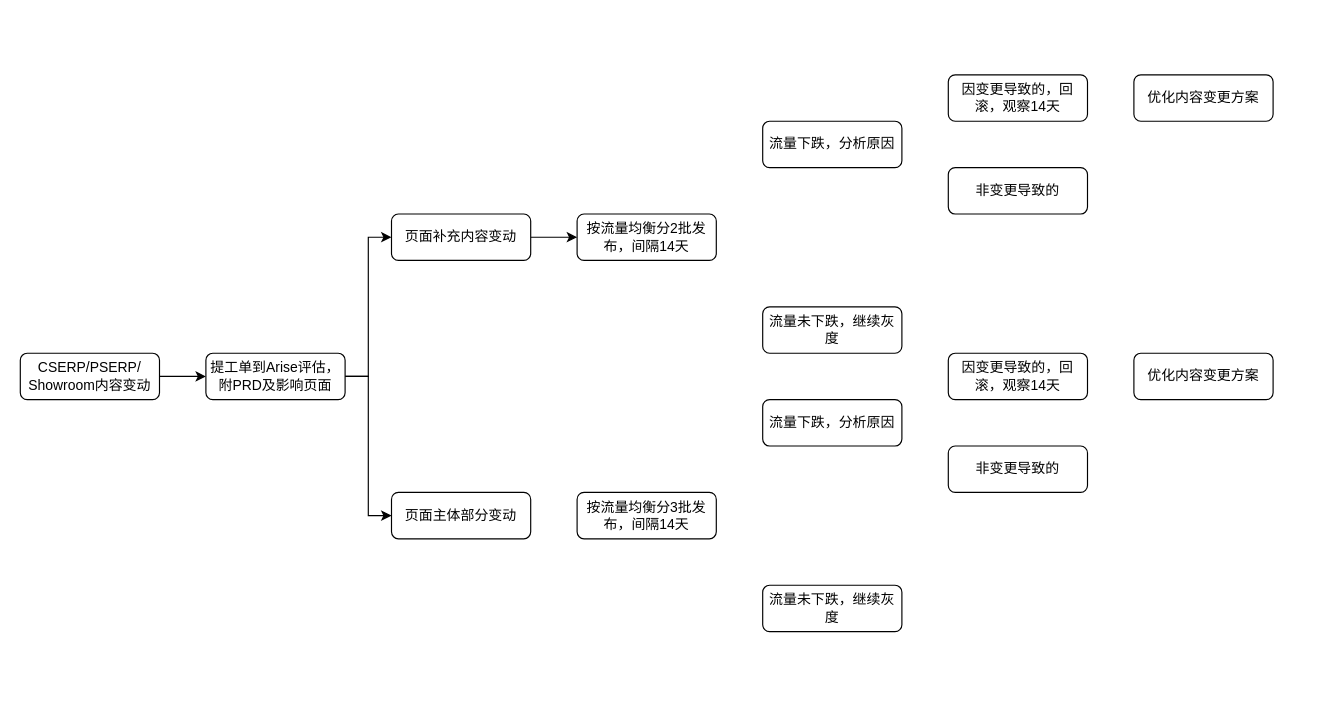
Above: drawio/页面变动灰度方案.drawio in VisableHarry/seo-drawio (draw.io), before the change. Source tidied: cells renumbered, new cells numbered last; positions are measured from the earlier drawing's top-left corner, leaving out a move shared by most shapes. Both pictures are drawn from the tidied source at 116%, with x=0, y=0 at pixel (20, 74).
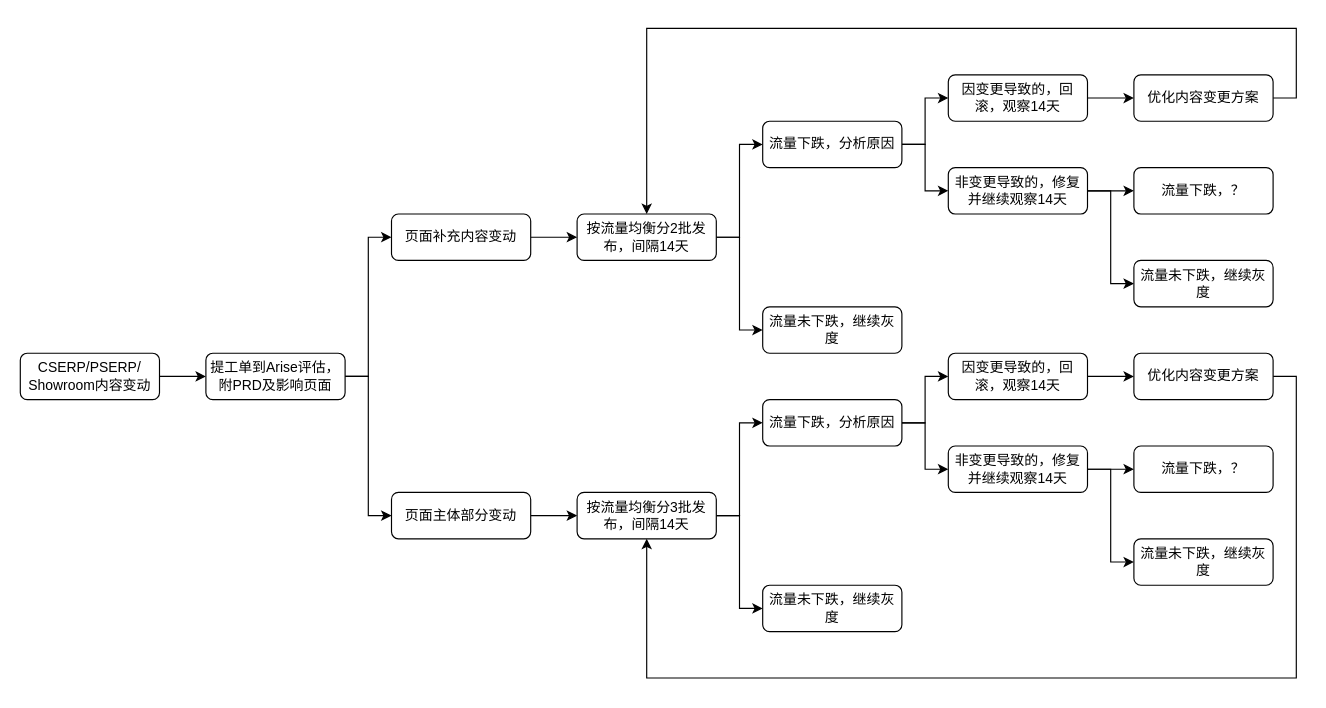
After the change.

Commit message (it also covers changes not shown here):
更新页面变动灰度方案.drawio

The change refers to these unchanged cells:
```xml
<mxCell id="9" value="页面主体部分变动" style="rounded=1;whiteSpace=wrap;html=1;" parent="1" vertex="1">
  <mxGeometry x="320" y="360" width="120" height="40" as="geometry" />
</mxCell>
<mxCell id="10" value="按流量均衡分2批发布，间隔14天" style="rounded=1;whiteSpace=wrap;html=1;" parent="1" vertex="1">
  <mxGeometry x="480" y="120" width="120" height="40" as="geometry" />
</mxCell>
<mxCell id="11" value="流量下跌，分析原因" style="rounded=1;whiteSpace=wrap;html=1;" parent="1" vertex="1">
  <mxGeometry x="640" y="40" width="120" height="40" as="geometry" />
</mxCell>
<mxCell id="12" value="流量未下跌，继续灰度" style="rounded=1;whiteSpace=wrap;html=1;" parent="1" vertex="1">
  <mxGeometry x="640" y="200" width="120" height="40" as="geometry" />
</mxCell>
<mxCell id="13" value="因变更导致的，回滚，观察14天" style="rounded=1;whiteSpace=wrap;html=1;" parent="1" vertex="1">
  <mxGeometry x="800" width="120" height="40" as="geometry" />
</mxCell>
<mxCell id="14" value="优化内容变更方案" style="rounded=1;whiteSpace=wrap;html=1;" parent="1" vertex="1">
  <mxGeometry x="960" width="120" height="40" as="geometry" />
</mxCell>
<mxCell id="15" value="按流量均衡分3批发布，间隔14天" style="rounded=1;whiteSpace=wrap;html=1;" parent="1" vertex="1">
  <mxGeometry x="480" y="360" width="120" height="40" as="geometry" />
</mxCell>
<mxCell id="16" value="流量下跌，分析原因" style="rounded=1;whiteSpace=wrap;html=1;" parent="1" vertex="1">
  <mxGeometry x="640" y="280" width="120" height="40" as="geometry" />
</mxCell>
<mxCell id="17" value="流量未下跌，继续灰度" style="rounded=1;whiteSpace=wrap;html=1;" parent="1" vertex="1">
  <mxGeometry x="640" y="440" width="120" height="40" as="geometry" />
</mxCell>
<mxCell id="18" value="因变更导致的，回滚，观察14天" style="rounded=1;whiteSpace=wrap;html=1;" parent="1" vertex="1">
  <mxGeometry x="800" y="240" width="120" height="40" as="geometry" />
</mxCell>
<mxCell id="19" value="优化内容变更方案" style="rounded=1;whiteSpace=wrap;html=1;" parent="1" vertex="1">
  <mxGeometry x="960" y="240" width="120" height="40" as="geometry" />
</mxCell>
```

Diff of the diagram source:
```diff
@@
+    <mxCell id="22" style="edgeStyle=orthogonalEdgeStyle;rounded=0;jettySize=auto;html=1;exitX=1;exitY=0.5;exitDx=0;exitDy=0;entryX=0;entryY=0.5;entryDx=0;entryDy=0;" parent="1" edge="1" source="9" target="15">
+      <mxGeometry relative="1" as="geometry" />
+    </mxCell>
@@
+    <mxCell id="23" style="edgeStyle=orthogonalEdgeStyle;rounded=0;jettySize=auto;html=1;exitX=1;exitY=0.5;exitDx=0;exitDy=0;entryX=0;entryY=0.5;entryDx=0;entryDy=0;" parent="1" edge="1" source="10" target="11">
+      <mxGeometry relative="1" as="geometry" />
+    </mxCell>
+    <mxCell id="24" style="edgeStyle=orthogonalEdgeStyle;rounded=0;jettySize=auto;html=1;exitX=1;exitY=0.5;exitDx=0;exitDy=0;entryX=0;entryY=0.5;entryDx=0;entryDy=0;" parent="1" edge="1" source="10" target="12">
+      <mxGeometry relative="1" as="geometry" />
+    </mxCell>
@@
+    <mxCell id="25" style="edgeStyle=orthogonalEdgeStyle;rounded=0;jettySize=auto;html=1;exitX=1;exitY=0.5;exitDx=0;exitDy=0;entryX=0;entryY=0.5;entryDx=0;entryDy=0;" parent="1" edge="1" source="11" target="13">
+      <mxGeometry relative="1" as="geometry" />
+    </mxCell>
+    <mxCell id="26" style="edgeStyle=orthogonalEdgeStyle;rounded=0;jettySize=auto;html=1;exitX=1;exitY=0.5;exitDx=0;exitDy=0;entryX=0;entryY=0.5;entryDx=0;entryDy=0;" parent="1" edge="1" source="11" target="20">
+      <mxGeometry relative="1" as="geometry" />
+    </mxCell>
@@
+    <mxCell id="27" style="edgeStyle=orthogonalEdgeStyle;rounded=0;jettySize=auto;html=1;exitX=1;exitY=0.5;exitDx=0;exitDy=0;entryX=0;entryY=0.5;entryDx=0;entryDy=0;" parent="1" edge="1" source="13" target="14">
+      <mxGeometry relative="1" as="geometry" />
+    </mxCell>
@@
+    <mxCell id="28" style="edgeStyle=orthogonalEdgeStyle;rounded=0;jettySize=auto;html=1;exitX=1;exitY=0.5;exitDx=0;exitDy=0;entryX=0.5;entryY=0;entryDx=0;entryDy=0;" parent="1" edge="1" source="14" target="10">
+      <mxGeometry relative="1" as="geometry">
+        <Array as="points">
+          <mxPoint x="1100" y="20" />
+          <mxPoint x="1100" y="-40" />
+          <mxPoint x="540" y="-40" />
+        </Array>
+      </mxGeometry>
+    </mxCell>
@@
+    <mxCell id="29" style="edgeStyle=orthogonalEdgeStyle;rounded=0;jettySize=auto;html=1;exitX=1;exitY=0.5;exitDx=0;exitDy=0;entryX=0;entryY=0.5;entryDx=0;entryDy=0;" parent="1" edge="1" source="15" target="16">
+      <mxGeometry relative="1" as="geometry" />
+    </mxCell>
+    <mxCell id="30" style="edgeStyle=orthogonalEdgeStyle;rounded=0;jettySize=auto;html=1;exitX=1;exitY=0.5;exitDx=0;exitDy=0;entryX=0;entryY=0.5;entryDx=0;entryDy=0;" parent="1" edge="1" source="15" target="17">
+      <mxGeometry relative="1" as="geometry" />
+    </mxCell>
@@
+    <mxCell id="31" style="edgeStyle=orthogonalEdgeStyle;rounded=0;jettySize=auto;html=1;exitX=1;exitY=0.5;exitDx=0;exitDy=0;entryX=0;entryY=0.5;entryDx=0;entryDy=0;" parent="1" edge="1" source="16" target="18">
+      <mxGeometry relative="1" as="geometry" />
+    </mxCell>
+    <mxCell id="32" style="edgeStyle=orthogonalEdgeStyle;rounded=0;jettySize=auto;html=1;exitX=1;exitY=0.5;exitDx=0;exitDy=0;entryX=0;entryY=0.5;entryDx=0;entryDy=0;" parent="1" edge="1" source="16" target="21">
+      <mxGeometry relative="1" as="geometry" />
+    </mxCell>
@@
+    <mxCell id="33" style="edgeStyle=orthogonalEdgeStyle;rounded=0;jettySize=auto;html=1;exitX=1;exitY=0.5;exitDx=0;exitDy=0;entryX=0;entryY=0.5;entryDx=0;entryDy=0;" parent="1" edge="1" source="18" target="19">
+      <mxGeometry relative="1" as="geometry" />
+    </mxCell>
@@
+    <mxCell id="34" style="edgeStyle=orthogonalEdgeStyle;rounded=0;jettySize=auto;html=1;exitX=1;exitY=0.5;exitDx=0;exitDy=0;entryX=0.5;entryY=1;entryDx=0;entryDy=0;" parent="1" edge="1" source="19" target="15">
+      <mxGeometry relative="1" as="geometry">
+        <Array as="points">
+          <mxPoint x="1100" y="260" />
+          <mxPoint x="1100" y="520" />
+          <mxPoint x="540" y="520" />
+        </Array>
+      </mxGeometry>
+    </mxCell>
@@
+    <mxCell id="35" style="edgeStyle=orthogonalEdgeStyle;rounded=0;jettySize=auto;html=1;exitX=1;exitY=0.5;exitDx=0;exitDy=0;entryX=0;entryY=0.5;entryDx=0;entryDy=0;" parent="1" edge="1" source="20" target="39">
+      <mxGeometry relative="1" as="geometry" />
+    </mxCell>
+    <mxCell id="36" style="edgeStyle=orthogonalEdgeStyle;rounded=0;jettySize=auto;html=1;exitX=1;exitY=0.5;exitDx=0;exitDy=0;entryX=0;entryY=0.5;entryDx=0;entryDy=0;" parent="1" edge="1" source="20" target="40">
+      <mxGeometry relative="1" as="geometry" />
+    </mxCell>
-    <mxCell id="20" value="非变更导致的" style="rounded=1;whiteSpace=wrap;html=1;" parent="1" vertex="1">
+    <mxCell id="20" value="非变更导致的，修复并继续观察14天" style="rounded=1;whiteSpace=wrap;html=1;" parent="1" vertex="1">
       <mxGeometry x="800" y="80" width="120" height="40" as="geometry" />
     </mxCell>
+    <mxCell id="37" style="edgeStyle=orthogonalEdgeStyle;rounded=0;jettySize=auto;html=1;exitX=1;exitY=0.5;exitDx=0;exitDy=0;entryX=0;entryY=0.5;entryDx=0;entryDy=0;" parent="1" edge="1" source="21" target="41">
+      <mxGeometry relative="1" as="geometry" />
+    </mxCell>
+    <mxCell id="38" style="edgeStyle=orthogonalEdgeStyle;rounded=0;jettySize=auto;html=1;exitX=1;exitY=0.5;exitDx=0;exitDy=0;entryX=0;entryY=0.5;entryDx=0;entryDy=0;" parent="1" edge="1" source="21" target="42">
+      <mxGeometry relative="1" as="geometry" />
+    </mxCell>
-    <mxCell id="21" value="非变更导致的" style="rounded=1;whiteSpace=wrap;html=1;" parent="1" vertex="1">
+    <mxCell id="21" value="非变更导致的，修复并继续观察14天" style="rounded=1;whiteSpace=wrap;html=1;" parent="1" vertex="1">
       <mxGeometry x="800" y="320" width="120" height="40" as="geometry" />
     </mxCell>
+    <mxCell id="39" value="流量下跌，？" style="rounded=1;whiteSpace=wrap;html=1;" parent="1" vertex="1">
+      <mxGeometry x="960" y="80" width="120" height="40" as="geometry" />
+    </mxCell>
+    <mxCell id="40" value="流量未下跌，继续灰度" style="rounded=1;whiteSpace=wrap;html=1;" parent="1" vertex="1">
+      <mxGeometry x="960" y="160" width="120" height="40" as="geometry" />
+    </mxCell>
+    <mxCell id="41" value="流量下跌，？" style="rounded=1;whiteSpace=wrap;html=1;" parent="1" vertex="1">
+      <mxGeometry x="960" y="320" width="120" height="40" as="geometry" />
+    </mxCell>
+    <mxCell id="42" value="流量未下跌，继续灰度" style="rounded=1;whiteSpace=wrap;html=1;" parent="1" vertex="1">
+      <mxGeometry x="960" y="400" width="120" height="40" as="geometry" />
+    </mxCell>
```
